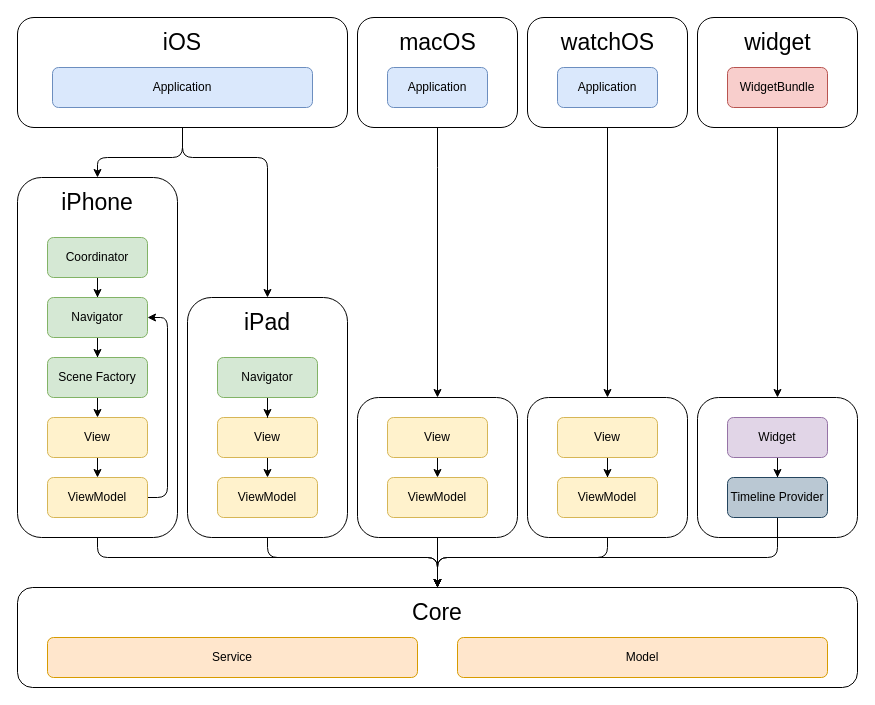
This is Documentation/Diagrams/architecture.drawio from badalnoky/TaskWise, a draw.io file, before an edit. Source tidied: cells renumbered, new cells numbered last; positions are measured from the earlier drawing's top-left corner, leaving out a move shared by most shapes. Both pictures are drawn from the tidied source at 100%, with x=0, y=0 at pixel (17, 17).
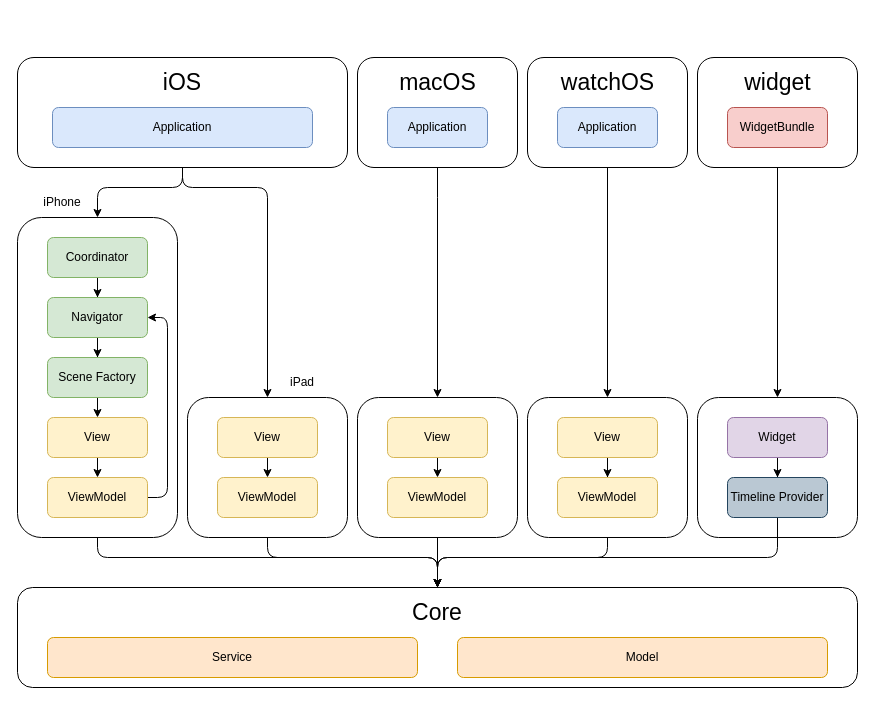
After the change.

The change refers to these unchanged cells:
```xml
<mxCell id="16" value="View" style="rounded=1;whiteSpace=wrap;html=1;fillColor=#fff2cc;strokeColor=#d6b656;" parent="1" vertex="1">
  <mxGeometry x="200" y="400" width="100" height="40" as="geometry" />
</mxCell>
<mxCell id="29" style="rounded=1;whiteSpace=wrap;html=1;fillColor=none;" parent="1" vertex="1">
  <mxGeometry x="340" y="380" width="160" height="140" as="geometry" />
</mxCell>
```

Change to the diagram source:
```diff
@@
     <mxCell id="3" style="rounded=1;whiteSpace=wrap;html=1;fillColor=none;" parent="1" vertex="1">
-      <mxGeometry x="170" y="280" width="160" height="240" as="geometry" />
+      <mxGeometry x="170" y="380" width="160" height="140" as="geometry" />
     </mxCell>
@@
     <mxCell id="5" style="rounded=1;whiteSpace=wrap;html=1;fillColor=none;" parent="1" vertex="1">
-      <mxGeometry y="160" width="160" height="360" as="geometry" />
+      <mxGeometry y="200" width="160" height="320" as="geometry" />
     </mxCell>
     <mxCell id="6" style="edgeStyle=orthogonalEdgeStyle;rounded=1;jettySize=auto;html=1;entryX=0.5;entryY=0;entryDx=0;entryDy=0;curved=0;" parent="1" edge="1" source="8" target="5">
       <mxGeometry relative="1" as="geometry">
         <Array as="points">
-          <mxPoint x="165" y="140" />
-          <mxPoint x="80" y="140" />
+          <mxPoint x="165" y="170" />
+          <mxPoint x="80" y="170" />
         </Array>
       </mxGeometry>
     </mxCell>
     <mxCell id="7" style="edgeStyle=orthogonalEdgeStyle;rounded=1;jettySize=auto;html=1;exitX=0.5;exitY=1;exitDx=0;exitDy=0;entryX=0.5;entryY=0;entryDx=0;entryDy=0;curved=0;" parent="1" edge="1" source="8" target="3">
       <mxGeometry relative="1" as="geometry">
         <Array as="points">
-          <mxPoint x="165" y="140" />
-          <mxPoint x="250" y="140" />
+          <mxPoint x="165" y="170" />
+          <mxPoint x="250" y="170" />
         </Array>
       </mxGeometry>
     </mxCell>
     <mxCell id="8" style="rounded=1;whiteSpace=wrap;html=1;fillColor=none;" parent="1" vertex="1">
-      <mxGeometry width="330" height="110" as="geometry" />
+      <mxGeometry y="40" width="330" height="110" as="geometry" />
     </mxCell>
     <mxCell id="9" value="iOS" style="text;html=1;strokeColor=none;fillColor=none;align=center;verticalAlign=middle;whiteSpace=wrap;rounded=0;fontSize=23;" parent="1" vertex="1">
-      <mxGeometry x="80" y="10" width="170" height="30" as="geometry" />
+      <mxGeometry x="80" y="50" width="170" height="30" as="geometry" />
     </mxCell>
     <mxCell id="10" value="Application" style="rounded=1;whiteSpace=wrap;html=1;fillColor=#dae8fc;strokeColor=#6c8ebf;" parent="1" vertex="1">
-      <mxGeometry x="35" y="50" width="260" height="40" as="geometry" />
+      <mxGeometry x="35" y="90" width="260" height="40" as="geometry" />
     </mxCell>
-    <mxCell id="11" value="iPad" style="text;html=1;strokeColor=none;fillColor=none;align=center;verticalAlign=middle;whiteSpace=wrap;rounded=0;fontSize=23;" parent="1" vertex="1">
-      <mxGeometry x="205" y="290" width="90" height="30" as="geometry" />
-    </mxCell>
     <mxCell id="12" style="edgeStyle=orthogonalEdgeStyle;rounded=0;orthogonalLoop=1;jettySize=auto;html=1;" parent="1" edge="1">
       <mxGeometry relative="1" as="geometry">
-        <mxPoint x="280" y="260" as="sourcePoint" />
+        <mxPoint x="280" y="290" as="sourcePoint" />
       </mxGeometry>
     </mxCell>
     <mxCell id="13" style="edgeStyle=orthogonalEdgeStyle;rounded=0;orthogonalLoop=1;jettySize=auto;html=1;" parent="1" edge="1">
       <mxGeometry relative="1" as="geometry">
-        <mxPoint x="280" y="320" as="sourcePoint" />
+        <mxPoint x="280" y="350" as="sourcePoint" />
       </mxGeometry>
     </mxCell>
@@
-    <mxCell id="17" value="iPhone" style="text;html=1;strokeColor=none;fillColor=none;align=center;verticalAlign=middle;whiteSpace=wrap;rounded=0;fontSize=23;" parent="1" vertex="1">
-      <mxGeometry x="35" y="170" width="90" height="30" as="geometry" />
+    <mxCell id="17" value="iPhone" style="text;html=1;strokeColor=none;fillColor=none;align=center;verticalAlign=middle;whiteSpace=wrap;rounded=0;fontSize=12;" parent="1" vertex="1">
+      <mxGeometry y="170" width="90" height="30" as="geometry" />
     </mxCell>
@@
     <mxCell id="30" style="edgeStyle=orthogonalEdgeStyle;rounded=0;orthogonalLoop=1;jettySize=auto;html=1;" parent="1" edge="1">
       <mxGeometry relative="1" as="geometry">
-        <mxPoint x="460" y="260" as="sourcePoint" />
+        <mxPoint x="460" y="290" as="sourcePoint" />
       </mxGeometry>
     </mxCell>
     <mxCell id="31" style="edgeStyle=orthogonalEdgeStyle;rounded=0;orthogonalLoop=1;jettySize=auto;html=1;" parent="1" edge="1">
       <mxGeometry relative="1" as="geometry">
-        <mxPoint x="460" y="320" as="sourcePoint" />
+        <mxPoint x="460" y="350" as="sourcePoint" />
       </mxGeometry>
     </mxCell>
@@
     <mxCell id="49" style="edgeStyle=orthogonalEdgeStyle;rounded=0;jettySize=auto;html=1;entryX=0.5;entryY=0;entryDx=0;entryDy=0;" parent="1" edge="1" source="50" target="29">
       <mxGeometry relative="1" as="geometry">
         <Array as="points">
-          <mxPoint x="420" y="150" />
-          <mxPoint x="420" y="150" />
+          <mxPoint x="420" y="180" />
+          <mxPoint x="420" y="180" />
         </Array>
       </mxGeometry>
     </mxCell>
     <mxCell id="50" style="rounded=1;whiteSpace=wrap;html=1;fillColor=none;" parent="1" vertex="1">
-      <mxGeometry x="340" width="160" height="110" as="geometry" />
+      <mxGeometry x="340" y="40" width="160" height="110" as="geometry" />
     </mxCell>
-    <mxCell id="51" style="edgeStyle=orthogonalEdgeStyle;rounded=0;jettySize=auto;html=1;" parent="1" edge="1" source="52" target="16">
-      <mxGeometry relative="1" as="geometry" />
-    </mxCell>
-    <mxCell id="52" value="Navigator" style="rounded=1;whiteSpace=wrap;html=1;fillColor=#d5e8d4;strokeColor=#82b366;" parent="1" vertex="1">
-      <mxGeometry x="200" y="340" width="100" height="40" as="geometry" />
-    </mxCell>
@@
     <mxCell id="54" style="rounded=1;whiteSpace=wrap;html=1;fillColor=none;" parent="1" vertex="1">
-      <mxGeometry x="510" width="160" height="110" as="geometry" />
+      <mxGeometry x="510" y="40" width="160" height="110" as="geometry" />
     </mxCell>
     <mxCell id="55" value="macOS" style="text;html=1;strokeColor=none;fillColor=none;align=center;verticalAlign=middle;whiteSpace=wrap;rounded=0;fontSize=23;" parent="1" vertex="1">
-      <mxGeometry x="382.5" y="10" width="75" height="30" as="geometry" />
+      <mxGeometry x="382.5" y="50" width="75" height="30" as="geometry" />
     </mxCell>
     <mxCell id="56" value="watchOS" style="text;html=1;strokeColor=none;fillColor=none;align=center;verticalAlign=middle;whiteSpace=wrap;rounded=0;fontSize=23;" parent="1" vertex="1">
-      <mxGeometry x="542.5" y="10" width="95" height="30" as="geometry" />
+      <mxGeometry x="542.5" y="50" width="95" height="30" as="geometry" />
     </mxCell>
     <mxCell id="57" value="Application" style="rounded=1;whiteSpace=wrap;html=1;fillColor=#dae8fc;strokeColor=#6c8ebf;" parent="1" vertex="1">
-      <mxGeometry x="540" y="50" width="100" height="40" as="geometry" />
+      <mxGeometry x="540" y="90" width="100" height="40" as="geometry" />
     </mxCell>
     <mxCell id="58" value="Application" style="rounded=1;whiteSpace=wrap;html=1;fillColor=#dae8fc;strokeColor=#6c8ebf;" parent="1" vertex="1">
-      <mxGeometry x="370" y="50" width="100" height="40" as="geometry" />
+      <mxGeometry x="370" y="90" width="100" height="40" as="geometry" />
     </mxCell>
@@
     <mxCell id="60" style="rounded=1;whiteSpace=wrap;html=1;fillColor=none;" parent="1" vertex="1">
-      <mxGeometry x="680" width="160" height="110" as="geometry" />
+      <mxGeometry x="680" y="40" width="160" height="110" as="geometry" />
     </mxCell>
     <mxCell id="61" value="widget" style="text;html=1;strokeColor=none;fillColor=none;align=center;verticalAlign=middle;whiteSpace=wrap;rounded=0;fontSize=23;" parent="1" vertex="1">
-      <mxGeometry x="712.5" y="10" width="95" height="30" as="geometry" />
+      <mxGeometry x="712.5" y="50" width="95" height="30" as="geometry" />
     </mxCell>
     <mxCell id="62" value="WidgetBundle" style="rounded=1;whiteSpace=wrap;html=1;fillColor=#f8cecc;strokeColor=#b85450;" parent="1" vertex="1">
-      <mxGeometry x="710" y="50" width="100" height="40" as="geometry" />
+      <mxGeometry x="710" y="90" width="100" height="40" as="geometry" />
     </mxCell>
+    <mxCell id="11" value="iPad" style="text;html=1;strokeColor=none;fillColor=none;align=center;verticalAlign=middle;whiteSpace=wrap;rounded=0;fontSize=12;" parent="1" vertex="1">
+      <mxGeometry x="240" y="350" width="90" height="30" as="geometry" />
+    </mxCell>
```
